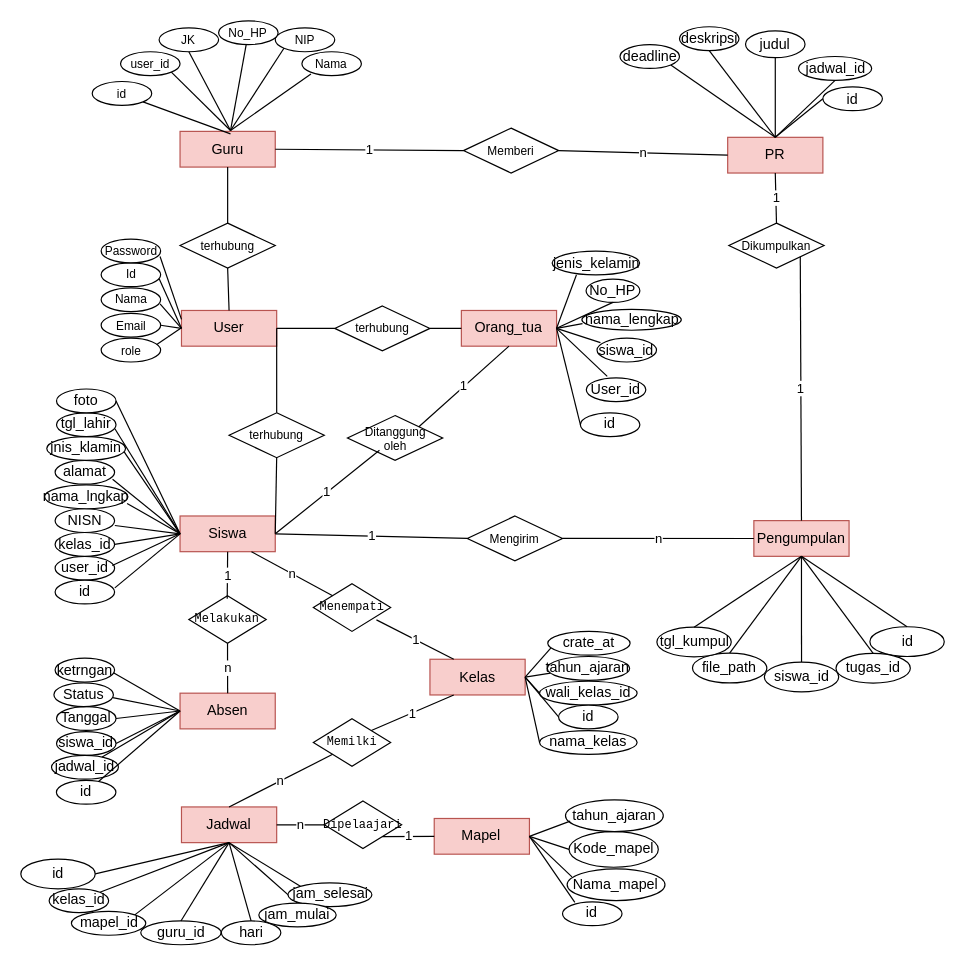
bayudani/diagram keeps this draw.io diagram as page "Halaman-4" (3 of 4) of Diagram Tanpa Judul.drawio. Above is the earlier version. Source tidied: cells renumbered, new cells numbered last; positions are measured from the earlier drawing's top-left corner, leaving out a move shared by most shapes. Both pictures are drawn from the tidied source at 119%, with x=0, y=0 at pixel (20, 20).
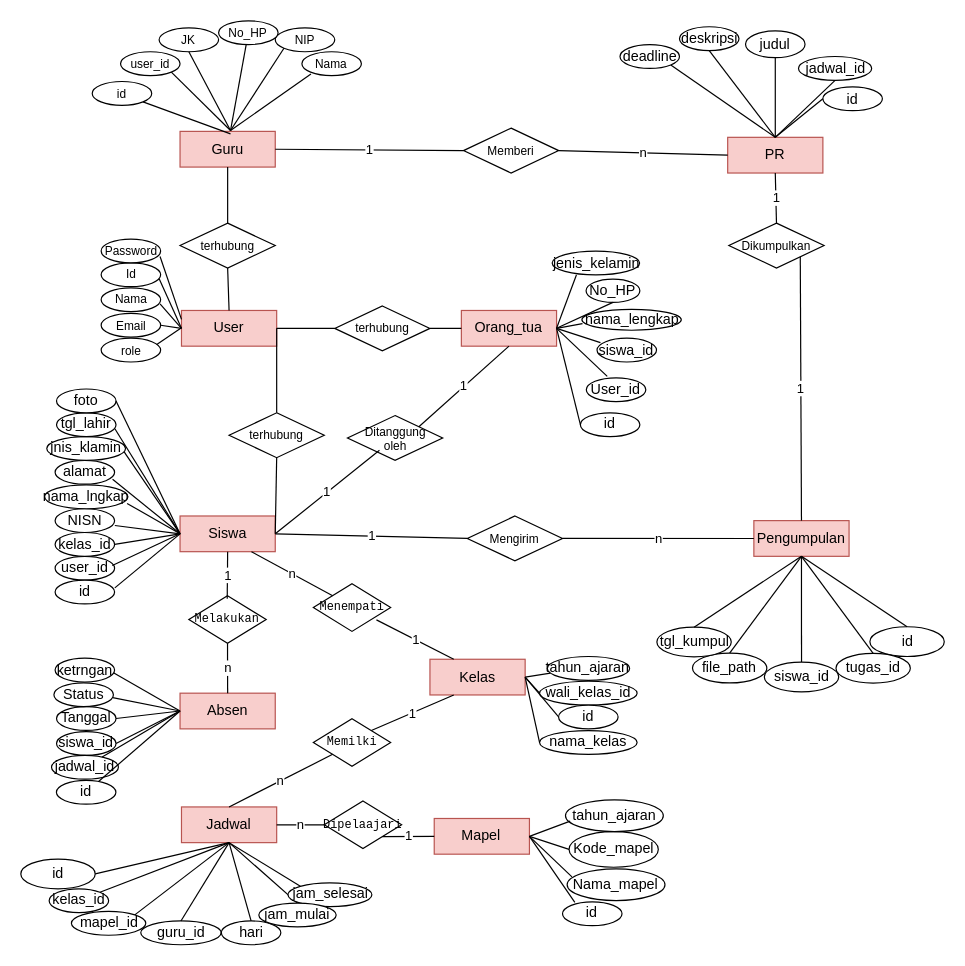
The same diagram, later.

The change refers to these unchanged cells:
```xml
<mxCell id="62" value="Kelas" style="rounded=0;whiteSpace=wrap;html=1;fillColor=#f8cecc;strokeColor=#b85450;" parent="1" vertex="1">
  <mxGeometry x="343.8" y="536.5" width="80" height="30" as="geometry" />
</mxCell>
```

Diff of the diagram source:
```diff
@@
-    <mxCell id="156" value="crate_at" style="ellipse;whiteSpace=wrap;html=1;" parent="1" vertex="1">
-      <mxGeometry x="442.8" y="513.1" width="69.2" height="20" as="geometry" />
-    </mxCell>
-    <mxCell id="157" style="endArrow=none;html=1;rounded=0;entryX=0.039;entryY=0.696;entryDx=0;entryDy=0;exitX=1;exitY=0.5;exitDx=0;exitDy=0;entryPerimeter=0;" parent="1" edge="1" source="62" target="156">
-      <mxGeometry relative="1" as="geometry" />
-    </mxCell>
```
